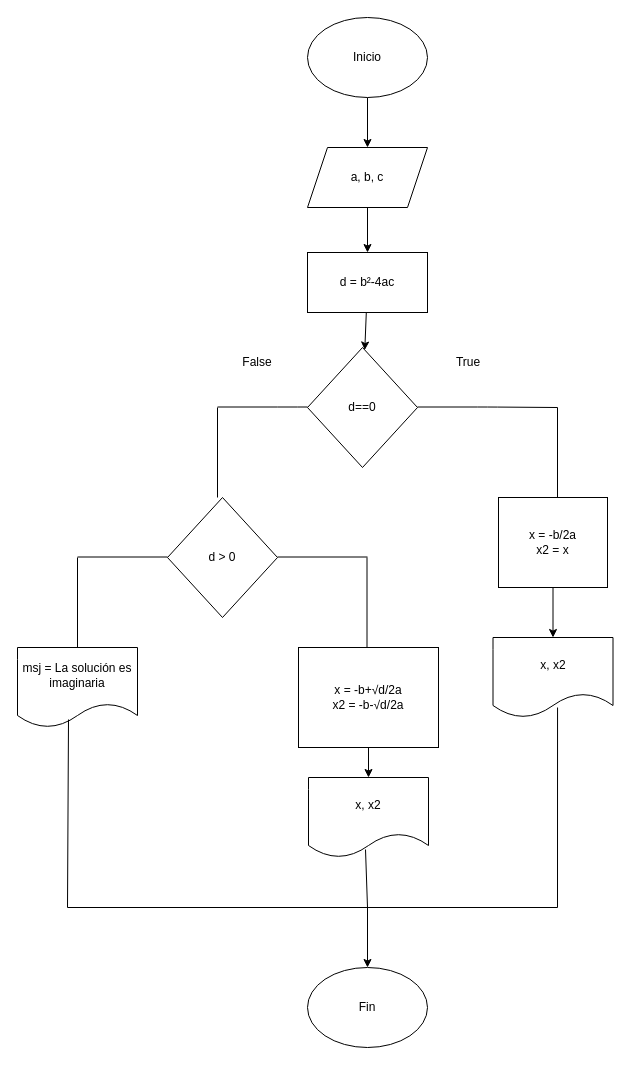
Before: diagrama.drawio in andresgarcia108/ecuacion_2grado, a draw.io diagram. Source tidied: cells renumbered, new cells numbered last; positions are measured from the earlier drawing's top-left corner, leaving out a move shared by most shapes. Both pictures are drawn from the tidied source at 100%, with x=0, y=0 at pixel (17, 17).
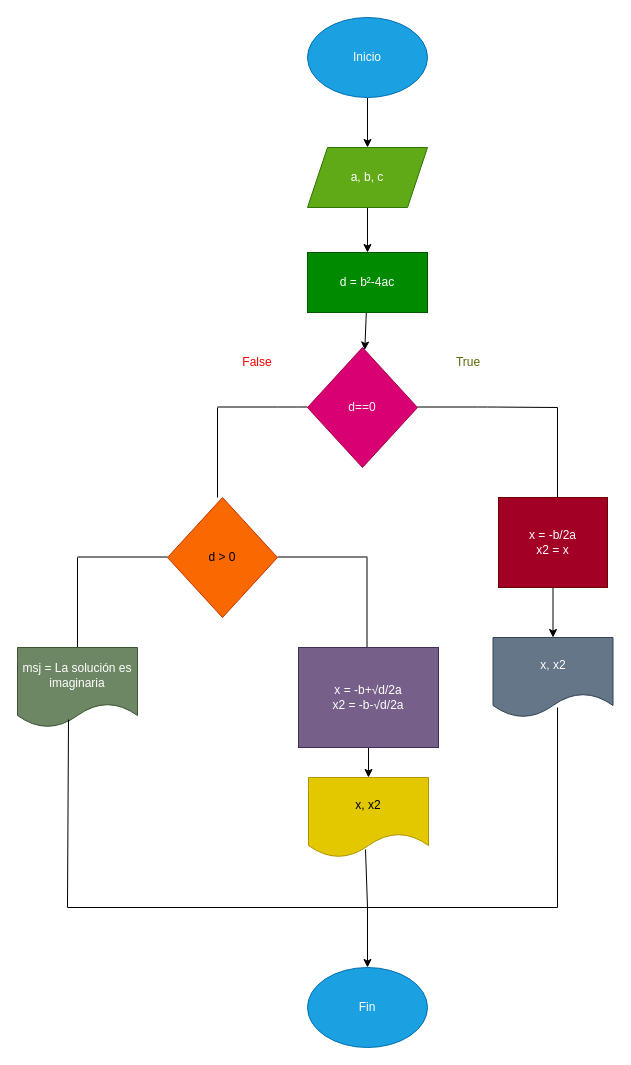
Above is the later version.

Commit message (it also covers changes not shown here):
Se actualizó el diagrama

Diff of the diagram source:
```diff
@@
-    <mxCell id="3" value="Inicio" style="ellipse;whiteSpace=wrap;html=1;" parent="1" vertex="1">
+    <mxCell id="3" value="Inicio" style="ellipse;whiteSpace=wrap;html=1;fillColor=#1ba1e2;fontColor=#ffffff;strokeColor=#006EAF;" parent="1" vertex="1">
       <mxGeometry x="290" width="120" height="80" as="geometry" />
     </mxCell>
@@
-    <mxCell id="5" value="a, b, c" style="shape=parallelogram;perimeter=parallelogramPerimeter;whiteSpace=wrap;html=1;fixedSize=1;" parent="1" vertex="1">
+    <mxCell id="5" value="a, b, c" style="shape=parallelogram;perimeter=parallelogramPerimeter;whiteSpace=wrap;html=1;fixedSize=1;fillColor=#60a917;fontColor=#ffffff;strokeColor=#2D7600;" parent="1" vertex="1">
       <mxGeometry x="290" y="130" width="120" height="60" as="geometry" />
     </mxCell>
-    <mxCell id="6" value="d==0" style="rhombus;whiteSpace=wrap;html=1;" parent="1" vertex="1">
+    <mxCell id="6" value="d==0" style="rhombus;whiteSpace=wrap;html=1;fillColor=#d80073;fontColor=#ffffff;strokeColor=#A50040;" parent="1" vertex="1">
       <mxGeometry x="290" y="330" width="110" height="120" as="geometry" />
     </mxCell>
@@
-    <mxCell id="10" value="x, x2" style="shape=document;whiteSpace=wrap;html=1;boundedLbl=1;" parent="1" vertex="1">
+    <mxCell id="10" value="x, x2" style="shape=document;whiteSpace=wrap;html=1;boundedLbl=1;fillColor=#647687;fontColor=#ffffff;strokeColor=#314354;" parent="1" vertex="1">
       <mxGeometry x="475.5" y="620" width="120" height="80" as="geometry" />
     </mxCell>
-    <mxCell id="11" value="True" style="text;html=1;strokeColor=none;fillColor=none;align=center;verticalAlign=middle;whiteSpace=wrap;rounded=0;" parent="1" vertex="1">
-      <mxGeometry x="421" y="330" width="60" height="30" as="geometry" />
-    </mxCell>
-    <mxCell id="12" value="False" style="text;html=1;strokeColor=none;fillColor=none;align=center;verticalAlign=middle;whiteSpace=wrap;rounded=0;" parent="1" vertex="1">
+    <mxCell id="12" value="&lt;font color=&quot;#ff0000&quot;&gt;False&lt;/font&gt;" style="text;html=1;strokeColor=none;fillColor=none;align=center;verticalAlign=middle;whiteSpace=wrap;rounded=0;" parent="1" vertex="1">
       <mxGeometry x="210" y="330" width="60" height="30" as="geometry" />
     </mxCell>
@@
-    <mxCell id="16" value="x = -b+√d/2a&lt;br&gt;x2 = -b-√d/2a" style="rounded=0;whiteSpace=wrap;html=1;" parent="1" vertex="1">
+    <mxCell id="16" value="x = -b+√d/2a&lt;br&gt;x2 = -b-√d/2a" style="rounded=0;whiteSpace=wrap;html=1;fillColor=#76608a;fontColor=#ffffff;strokeColor=#432D57;" parent="1" vertex="1">
       <mxGeometry x="281" y="630" width="140" height="100" as="geometry" />
     </mxCell>
@@
-    <mxCell id="19" value="d &amp;gt; 0" style="rhombus;whiteSpace=wrap;html=1;" parent="1" vertex="1">
+    <mxCell id="19" value="d &amp;gt; 0" style="rhombus;whiteSpace=wrap;html=1;fillColor=#fa6800;fontColor=#000000;strokeColor=#C73500;" parent="1" vertex="1">
       <mxGeometry x="150" y="480" width="110" height="120" as="geometry" />
     </mxCell>
-    <mxCell id="20" value="d = b²-4ac" style="rounded=0;whiteSpace=wrap;html=1;" parent="1" vertex="1">
+    <mxCell id="20" value="d = b²-4ac" style="rounded=0;whiteSpace=wrap;html=1;fillColor=#008a00;fontColor=#ffffff;strokeColor=#005700;" parent="1" vertex="1">
       <mxGeometry x="290" y="235" width="120" height="60" as="geometry" />
     </mxCell>
@@
-    <mxCell id="24" value="x = -b/2a&lt;br&gt;x2 = x" style="rounded=0;whiteSpace=wrap;html=1;" parent="1" vertex="1">
+    <mxCell id="24" value="x = -b/2a&lt;br&gt;x2 = x" style="rounded=0;whiteSpace=wrap;html=1;fillColor=#a20025;fontColor=#ffffff;strokeColor=#6F0000;" parent="1" vertex="1">
       <mxGeometry x="481" y="480" width="109" height="90" as="geometry" />
     </mxCell>
-    <mxCell id="25" value="x, x2" style="shape=document;whiteSpace=wrap;html=1;boundedLbl=1;rounded=0;" parent="1" vertex="1">
+    <mxCell id="25" value="x, x2" style="shape=document;whiteSpace=wrap;html=1;boundedLbl=1;rounded=0;fillColor=#e3c800;fontColor=#000000;strokeColor=#B09500;" parent="1" vertex="1">
       <mxGeometry x="291" y="760" width="120" height="80" as="geometry" />
     </mxCell>
-    <mxCell id="26" value="msj = La solución es imaginaria" style="shape=document;whiteSpace=wrap;html=1;boundedLbl=1;rounded=0;" parent="1" vertex="1">
+    <mxCell id="26" value="msj = La solución es imaginaria" style="shape=document;whiteSpace=wrap;html=1;boundedLbl=1;rounded=0;fillColor=#6d8764;fontColor=#ffffff;strokeColor=#3A5431;" parent="1" vertex="1">
       <mxGeometry y="630" width="120" height="80" as="geometry" />
     </mxCell>
@@
-    <mxCell id="32" value="Fin" style="ellipse;whiteSpace=wrap;html=1;" parent="1" vertex="1">
+    <mxCell id="32" value="Fin" style="ellipse;whiteSpace=wrap;html=1;fillColor=#1ba1e2;fontColor=#ffffff;strokeColor=#006EAF;" parent="1" vertex="1">
       <mxGeometry x="290" y="950" width="120" height="80" as="geometry" />
     </mxCell>
+    <mxCell id="11" value="&lt;font color=&quot;#616704&quot;&gt;True&lt;/font&gt;" style="text;html=1;strokeColor=none;fillColor=none;align=center;verticalAlign=middle;whiteSpace=wrap;rounded=0;" parent="1" vertex="1">
+      <mxGeometry x="421" y="330" width="60" height="30" as="geometry" />
+    </mxCell>
```
